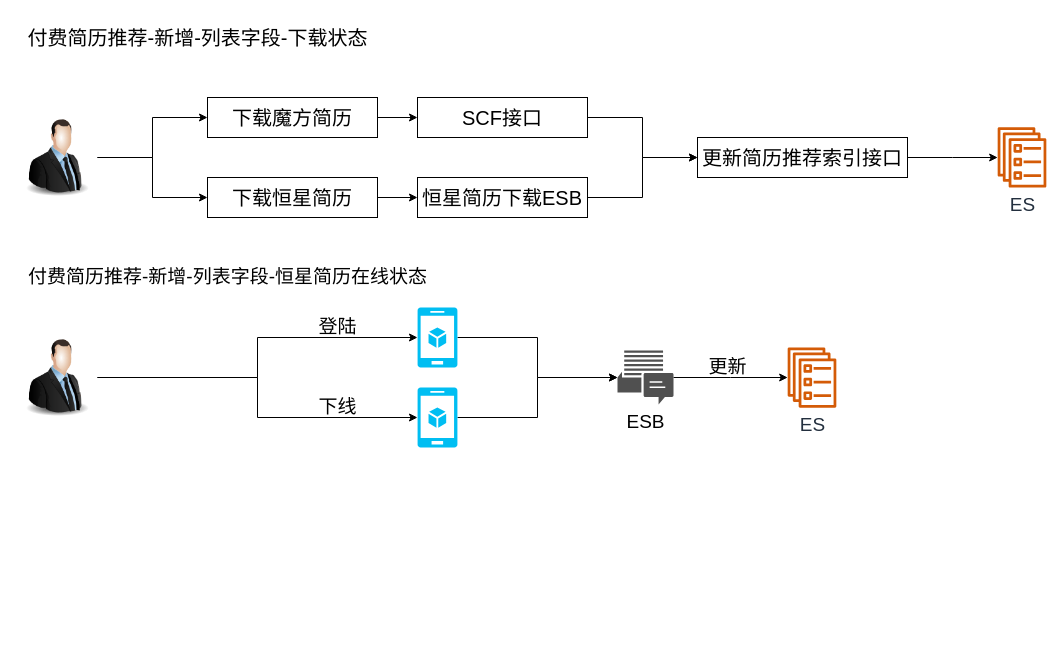
LuOyEbY/draw-b keeps this draw.io diagram as 邀约管理优化3.0.drawio. Above is the earlier version. Source tidied: cells renumbered, new cells numbered last; positions are measured from the earlier drawing's top-left corner, leaving out a move shared by most shapes. Both pictures are drawn from the tidied source at 100%, with x=0, y=0 at pixel (17, 17).
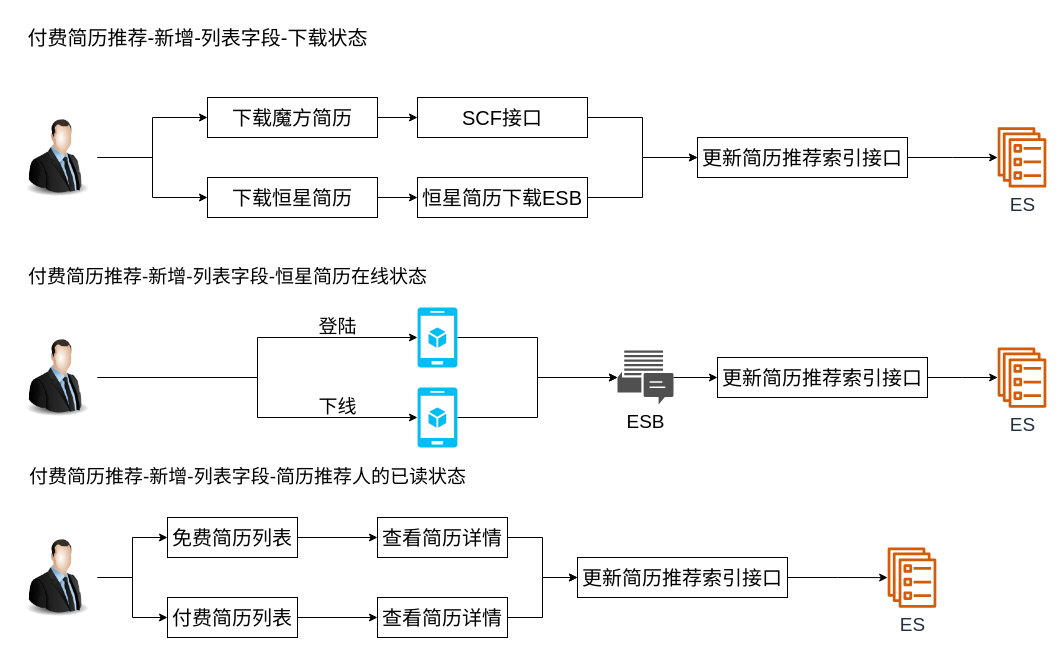
Above is the later version.

Commit message:
更新邀约管理优化3.0.drawio

The change refers to these unchanged cells:
```xml
<mxCell id="28" value="ESB" style="sketch=0;shadow=0;dashed=0;html=1;strokeColor=none;fillColor=#505050;labelPosition=center;verticalLabelPosition=bottom;verticalAlign=top;outlineConnect=0;align=center;shape=mxgraph.office.communications.im_workload;fontSize=19;" parent="1" vertex="1">
  <mxGeometry x="600" y="333" width="56" height="54" as="geometry" />
</mxCell>
```

Diff of the diagram source:
```diff
@@
-    <mxCell id="27" style="edgeStyle=orthogonalEdgeStyle;rounded=0;jettySize=auto;html=1;fontSize=19;" parent="1" edge="1" source="28" target="29">
-      <mxGeometry relative="1" as="geometry" />
-    </mxCell>
+    <mxCell id="31" style="edgeStyle=orthogonalEdgeStyle;rounded=0;jettySize=auto;html=1;fontSize=19;" parent="1" edge="1" source="28" target="48">
+      <mxGeometry relative="1" as="geometry" />
+    </mxCell>
@@
     <mxCell id="29" value="&lt;font style=&quot;font-size: 19px;&quot;&gt;ES&lt;/font&gt;" style="sketch=0;outlineConnect=0;fontColor=#232F3E;gradientColor=none;fillColor=#D45B07;strokeColor=none;dashed=0;verticalLabelPosition=bottom;verticalAlign=top;align=center;html=1;fontSize=12;fontStyle=0;shape=mxgraph.aws4.ecs_service;" parent="1" vertex="1">
-      <mxGeometry x="770" y="329.9" width="49" height="60.3" as="geometry" />
+      <mxGeometry x="980" y="329.9" width="49" height="60.3" as="geometry" />
     </mxCell>
-    <mxCell id="30" value="更新" style="text;html=1;align=center;verticalAlign=middle;strokeColor=none;fillColor=none;fontSize=19;" parent="1" vertex="1">
-      <mxGeometry x="680" y="330" width="60" height="40" as="geometry" />
-    </mxCell>
+    <mxCell id="32" value="付费简历推荐-新增-列表字段-简历推荐人的已读状态" style="text;html=1;align=center;verticalAlign=middle;strokeColor=none;fillColor=none;fontSize=19;" parent="1" vertex="1">
+      <mxGeometry y="440" width="460" height="40" as="geometry" />
+    </mxCell>
+    <mxCell id="33" style="edgeStyle=orthogonalEdgeStyle;rounded=0;jettySize=auto;html=1;entryX=0;entryY=0.5;entryDx=0;entryDy=0;fontSize=19;" parent="1" edge="1" source="35" target="37">
+      <mxGeometry relative="1" as="geometry" />
+    </mxCell>
+    <mxCell id="34" style="edgeStyle=orthogonalEdgeStyle;rounded=0;jettySize=auto;html=1;entryX=0;entryY=0.5;entryDx=0;entryDy=0;fontSize=19;" parent="1" edge="1" source="35" target="39">
+      <mxGeometry relative="1" as="geometry" />
+    </mxCell>
+    <mxCell id="35" style="image;html=1;image=img/lib/clip_art/people/Suit_Man_128x128.png;fontSize=20;" parent="1" vertex="1">
+      <mxGeometry y="520" width="80" height="80" as="geometry" />
+    </mxCell>
+    <mxCell id="36" style="edgeStyle=orthogonalEdgeStyle;rounded=0;jettySize=auto;html=1;fontSize=19;" parent="1" edge="1" source="37" target="41">
+      <mxGeometry relative="1" as="geometry" />
+    </mxCell>
+    <mxCell id="37" value="免费简历列表" style="rounded=0;whiteSpace=wrap;html=1;fontSize=20;" parent="1" vertex="1">
+      <mxGeometry x="150" y="500" width="130" height="40" as="geometry" />
+    </mxCell>
+    <mxCell id="38" style="edgeStyle=orthogonalEdgeStyle;rounded=0;jettySize=auto;html=1;entryX=0;entryY=0.5;entryDx=0;entryDy=0;fontSize=19;" parent="1" edge="1" source="39" target="43">
+      <mxGeometry relative="1" as="geometry" />
+    </mxCell>
+    <mxCell id="39" value="付费简历列表" style="rounded=0;whiteSpace=wrap;html=1;fontSize=20;" parent="1" vertex="1">
+      <mxGeometry x="150" y="580" width="130" height="40" as="geometry" />
+    </mxCell>
+    <mxCell id="40" style="edgeStyle=orthogonalEdgeStyle;rounded=0;jettySize=auto;html=1;entryX=0;entryY=0.5;entryDx=0;entryDy=0;fontSize=19;" parent="1" edge="1" source="41" target="45">
+      <mxGeometry relative="1" as="geometry" />
+    </mxCell>
+    <mxCell id="41" value="查看简历详情" style="rounded=0;whiteSpace=wrap;html=1;fontSize=20;" parent="1" vertex="1">
+      <mxGeometry x="360" y="500" width="130" height="40" as="geometry" />
+    </mxCell>
+    <mxCell id="42" style="edgeStyle=orthogonalEdgeStyle;rounded=0;jettySize=auto;html=1;entryX=0;entryY=0.5;entryDx=0;entryDy=0;fontSize=19;" parent="1" edge="1" source="43" target="45">
+      <mxGeometry relative="1" as="geometry" />
+    </mxCell>
+    <mxCell id="43" value="查看简历详情" style="rounded=0;whiteSpace=wrap;html=1;fontSize=20;" parent="1" vertex="1">
+      <mxGeometry x="360" y="580" width="130" height="40" as="geometry" />
+    </mxCell>
+    <mxCell id="44" style="edgeStyle=orthogonalEdgeStyle;rounded=0;jettySize=auto;html=1;fontSize=19;" parent="1" edge="1" source="45" target="46">
+      <mxGeometry relative="1" as="geometry" />
+    </mxCell>
+    <mxCell id="45" value="更新简历推荐索引接口" style="rounded=0;whiteSpace=wrap;html=1;fontSize=20;" parent="1" vertex="1">
+      <mxGeometry x="560" y="540" width="210" height="40" as="geometry" />
+    </mxCell>
+    <mxCell id="46" value="&lt;font style=&quot;font-size: 19px;&quot;&gt;ES&lt;/font&gt;" style="sketch=0;outlineConnect=0;fontColor=#232F3E;gradientColor=none;fillColor=#D45B07;strokeColor=none;dashed=0;verticalLabelPosition=bottom;verticalAlign=top;align=center;html=1;fontSize=12;fontStyle=0;shape=mxgraph.aws4.ecs_service;" parent="1" vertex="1">
+      <mxGeometry x="870" y="529.9" width="49" height="60.3" as="geometry" />
+    </mxCell>
+    <mxCell id="47" style="edgeStyle=orthogonalEdgeStyle;rounded=0;jettySize=auto;html=1;fontSize=19;" parent="1" edge="1" source="48" target="29">
+      <mxGeometry relative="1" as="geometry" />
+    </mxCell>
+    <mxCell id="48" value="更新简历推荐索引接口" style="rounded=0;whiteSpace=wrap;html=1;fontSize=20;" parent="1" vertex="1">
+      <mxGeometry x="700" y="340" width="210" height="40" as="geometry" />
+    </mxCell>
```
